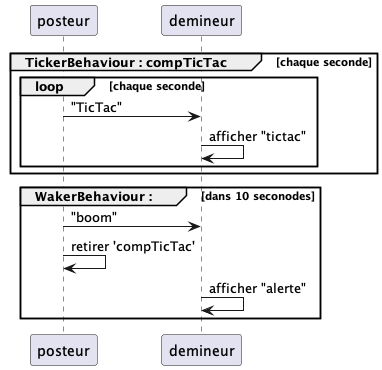
Earlier version of the PlantUML export ticTac/tictac.png (EmmanuelADAM/jade).
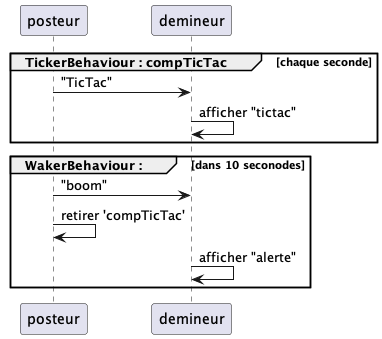
Above is the later version.

Change to the diagram source:
```diff
@@ -2,10 +2,8 @@
 participant posteur
 participant demineur
 group TickerBehaviour : compTicTac [chaque seconde]
-  loop chaque seconde
   posteur -> demineur  : "TicTac"
   demineur -> demineur : afficher "tictac"
-  end
 end
 
 group WakerBehaviour : [dans 10 seconodes]
```
